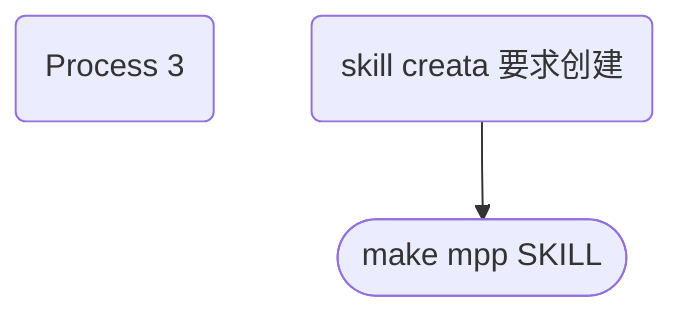
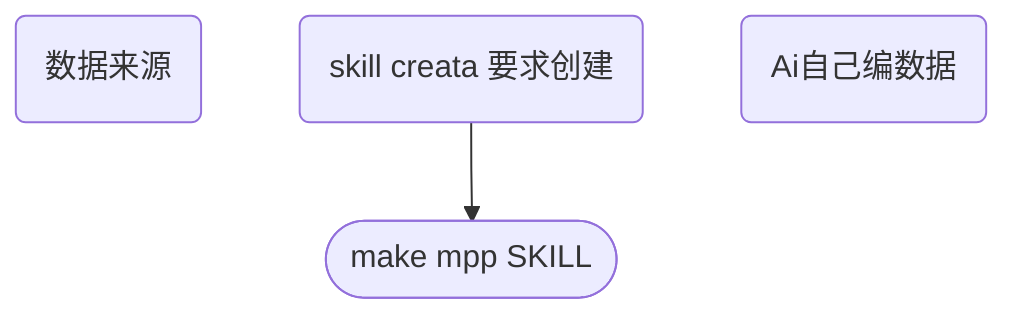
flowchart TD
  n_0(["make mpp SKILL"])
-   n_1("Process 3")
+   n_1("数据来源")
  n_2("skill  creata 要求创建")
+   n_3("Ai自己编数据")
  n_2 --> n_0
